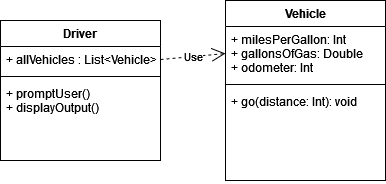
rvaldezgarcia/Vehicles2022mvn keeps this draw.io diagram as JavaConcepts.drawio.png. Above is the earlier version. Source tidied: cells renumbered, new cells last; positions are measured from the earlier drawing's top-left corner, leaving out a move shared by most shapes. Its diagram source:
```xml
<mxGraphModel>
  <root>
    <mxCell id="0" />
    <mxCell id="1" parent="0" />
    <mxCell id="2" value="Driver" style="swimlane;fontStyle=1;align=center;verticalAlign=top;horizontal=1;startSize=26;" parent="1" vertex="1">
      <mxGeometry y="20" width="160" height="140" as="geometry" />
    </mxCell>
    <mxCell id="3" value="+ allVehicles : List&lt;Vehicle&gt;" style="text;strokeColor=none;fillColor=none;align=left;verticalAlign=top;spacingLeft=4;spacingRight=4;overflow=hidden;points=[[0,0.5],[1,0.5]];portConstraint=eastwest;" parent="2" vertex="1">
      <mxGeometry y="26" width="160" height="26" as="geometry" />
    </mxCell>
    <mxCell id="4" style="line;strokeWidth=1;fillColor=none;align=left;verticalAlign=middle;spacingTop=-1;spacingLeft=3;spacingRight=3;labelPosition=right;strokeColor=inherit;" parent="2" vertex="1">
      <mxGeometry y="52" width="160" height="8" as="geometry" />
    </mxCell>
    <mxCell id="5" value="+ promptUser()&#10;+ displayOutput()&#10;" style="text;strokeColor=none;fillColor=none;align=left;verticalAlign=top;spacingLeft=4;spacingRight=4;overflow=hidden;" parent="2" vertex="1">
      <mxGeometry y="60" width="160" height="80" as="geometry" />
    </mxCell>
    <mxCell id="6" value="Vehicle" style="swimlane;fontStyle=1;align=center;verticalAlign=top;horizontal=1;startSize=26;" parent="1" vertex="1">
      <mxGeometry x="225" width="160" height="180" as="geometry" />
    </mxCell>
    <mxCell id="7" value="+ milesPerGallon: Int&#10;+ gallonsOfGas: Double&#10;+ odometer: Int&#10;" style="text;strokeColor=none;fillColor=none;align=left;verticalAlign=top;spacingLeft=4;spacingRight=4;overflow=hidden;points=[[0,0.5],[1,0.5]];portConstraint=eastwest;" parent="6" vertex="1">
      <mxGeometry y="26" width="160" height="54" as="geometry" />
    </mxCell>
    <mxCell id="8" style="line;strokeWidth=1;fillColor=none;align=left;verticalAlign=middle;spacingTop=-1;spacingLeft=3;spacingRight=3;labelPosition=right;strokeColor=inherit;" parent="6" vertex="1">
      <mxGeometry y="80" width="160" height="8" as="geometry" />
    </mxCell>
    <mxCell id="9" value="+ go(distance: Int): void" style="text;strokeColor=none;fillColor=none;align=left;verticalAlign=top;spacingLeft=4;spacingRight=4;overflow=hidden;" parent="6" vertex="1">
      <mxGeometry y="88" width="160" height="92" as="geometry" />
    </mxCell>
    <mxCell id="10" value="Use" style="endArrow=open;endSize=12;dashed=1;html=1;rounded=0;exitX=1;exitY=0.5;exitDx=0;exitDy=0;entryX=0;entryY=0.5;entryDx=0;entryDy=0;" parent="1" edge="1" source="3" target="7">
      <mxGeometry relative="1" as="geometry" />
    </mxCell>
  </root>
</mxGraphModel>
```
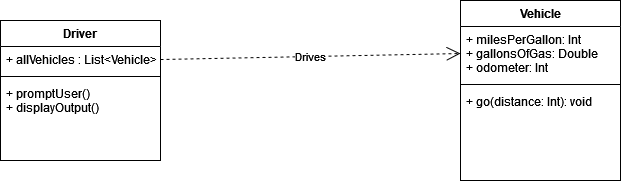
After the commit.

What changed in the source:
```diff
@@ -15,7 +15,7 @@
       <mxGeometry y="60" width="160" height="80" as="geometry" />
     </mxCell>
     <mxCell id="6" value="Vehicle" style="swimlane;fontStyle=1;align=center;verticalAlign=top;horizontal=1;startSize=26;" parent="1" vertex="1">
-      <mxGeometry x="225" width="160" height="180" as="geometry" />
+      <mxGeometry x="460" width="160" height="180" as="geometry" />
     </mxCell>
     <mxCell id="7" value="+ milesPerGallon: Int&#10;+ gallonsOfGas: Double&#10;+ odometer: Int&#10;" style="text;strokeColor=none;fillColor=none;align=left;verticalAlign=top;spacingLeft=4;spacingRight=4;overflow=hidden;points=[[0,0.5],[1,0.5]];portConstraint=eastwest;" parent="6" vertex="1">
       <mxGeometry y="26" width="160" height="54" as="geometry" />
@@ -26,7 +26,7 @@
     <mxCell id="9" value="+ go(distance: Int): void" style="text;strokeColor=none;fillColor=none;align=left;verticalAlign=top;spacingLeft=4;spacingRight=4;overflow=hidden;" parent="6" vertex="1">
       <mxGeometry y="88" width="160" height="92" as="geometry" />
     </mxCell>
-    <mxCell id="10" value="Use" style="endArrow=open;endSize=12;dashed=1;html=1;rounded=0;exitX=1;exitY=0.5;exitDx=0;exitDy=0;entryX=0;entryY=0.5;entryDx=0;entryDy=0;" parent="1" edge="1" source="3" target="7">
+    <mxCell id="10" value="&lt;div&gt;Drives&lt;/div&gt;" style="endArrow=open;endSize=12;dashed=1;html=1;rounded=0;exitX=1;exitY=0.5;exitDx=0;exitDy=0;entryX=0;entryY=0.5;entryDx=0;entryDy=0;" parent="1" edge="1" source="3" target="7">
       <mxGeometry relative="1" as="geometry" />
     </mxCell>
   </root>
```
